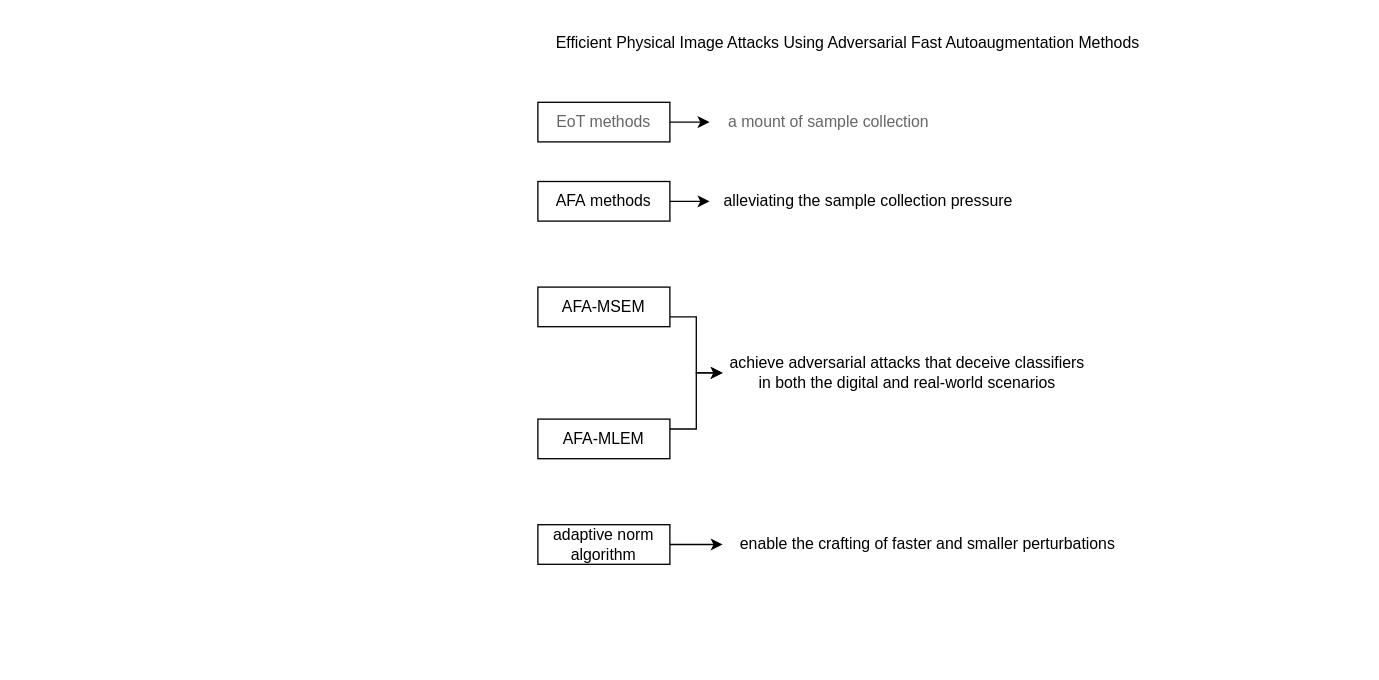
Above: KBS_审.drawio in Zhou-AY/hello-world (draw.io), before the change. Source tidied: cells renumbered, new cells numbered last; positions are measured from the earlier drawing's top-left corner, leaving out a move shared by most shapes. Both pictures are drawn from the tidied source at 132%, with x=0, y=0 at pixel (484, 22).
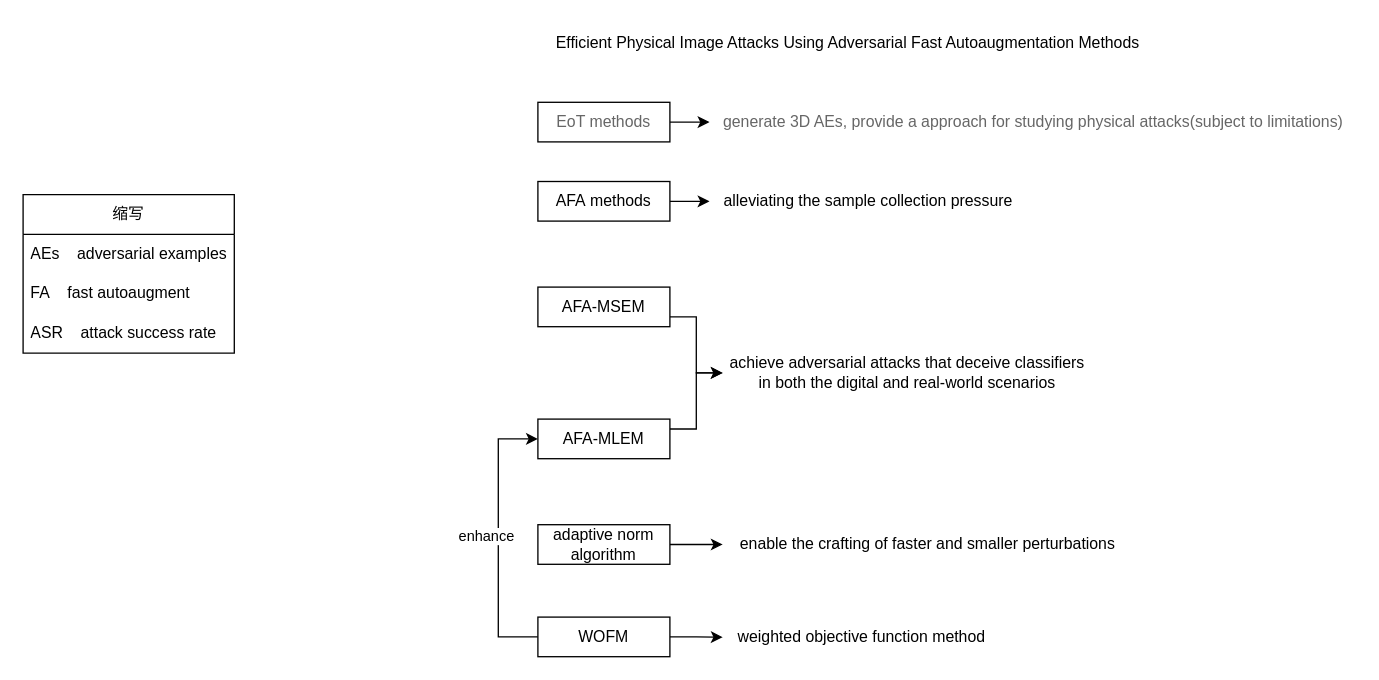
The same page after the edit.

Unchanged cells that the change refers to:
```xml
<mxCell id="12" value="AFA-MLEM" style="rounded=0;whiteSpace=wrap;html=1;" parent="1" vertex="1">
  <mxGeometry x="40" y="300" width="100" height="30" as="geometry" />
</mxCell>
```

Diff of the diagram source:
```diff
@@
-    <mxCell id="5" value="a mount of sample collection" style="text;html=1;align=center;verticalAlign=middle;strokeColor=none;fillColor=none;fontColor=#666666;" parent="1" vertex="1">
-      <mxGeometry x="170" y="60" width="180" height="30" as="geometry" />
+    <mxCell id="5" value="generate 3D AEs, provide a approach for studying physical attacks(subject to limitations)" style="text;html=1;align=center;verticalAlign=middle;strokeColor=none;fillColor=none;fontColor=#666666;" parent="1" vertex="1">
+      <mxGeometry x="170" y="60" width="490" height="30" as="geometry" />
     </mxCell>
@@
+    <mxCell id="17" value="缩写" style="swimlane;fontStyle=0;horizontal=1;startSize=30;whiteSpace=wrap;html=1;" parent="1" vertex="1">
+      <mxGeometry x="-350" y="130" width="160" height="120" as="geometry" />
+    </mxCell>
+    <mxCell id="18" value="AEs&amp;nbsp; &amp;nbsp; adversarial examples" style="text;strokeColor=none;fillColor=none;align=left;verticalAlign=middle;spacingLeft=4;spacingRight=4;overflow=hidden;whiteSpace=wrap;html=1;" parent="17" vertex="1">
+      <mxGeometry y="30" width="160" height="30" as="geometry" />
+    </mxCell>
+    <mxCell id="19" value="FA&amp;nbsp; &amp;nbsp; fast autoaugment" style="text;strokeColor=none;fillColor=none;align=left;verticalAlign=middle;spacingLeft=4;spacingRight=4;overflow=hidden;whiteSpace=wrap;html=1;" parent="17" vertex="1">
+      <mxGeometry y="60" width="160" height="30" as="geometry" />
+    </mxCell>
+    <mxCell id="20" value="ASR&amp;nbsp; &amp;nbsp; attack success rate" style="text;strokeColor=none;fillColor=none;align=left;verticalAlign=middle;spacingLeft=4;spacingRight=4;overflow=hidden;whiteSpace=wrap;html=1;" parent="17" vertex="1">
+      <mxGeometry y="90" width="160" height="30" as="geometry" />
+    </mxCell>
+    <mxCell id="21" style="edgeStyle=orthogonalEdgeStyle;rounded=0;jettySize=auto;html=1;exitX=1;exitY=0.5;exitDx=0;exitDy=0;" parent="1" edge="1" source="24">
+      <mxGeometry relative="1" as="geometry">
+        <mxPoint x="180" y="465.3" as="targetPoint" />
+      </mxGeometry>
+    </mxCell>
+    <mxCell id="22" style="edgeStyle=orthogonalEdgeStyle;rounded=0;jettySize=auto;html=1;exitX=0;exitY=0.5;exitDx=0;exitDy=0;entryX=0;entryY=0.5;entryDx=0;entryDy=0;" parent="1" edge="1" source="24" target="12">
+      <mxGeometry relative="1" as="geometry">
+        <Array as="points">
+          <mxPoint x="10" y="465" />
+          <mxPoint x="10" y="315" />
+        </Array>
+      </mxGeometry>
+    </mxCell>
+    <mxCell id="23" value="enhance" style="edgeLabel;html=1;align=center;verticalAlign=middle;" parent="22" vertex="1">
+      <mxGeometry x="0.02" y="-2" relative="1" as="geometry">
+        <mxPoint x="-12" as="offset" />
+      </mxGeometry>
+    </mxCell>
+    <mxCell id="24" value="WOFM" style="rounded=0;whiteSpace=wrap;html=1;" parent="1" vertex="1">
+      <mxGeometry x="40" y="450" width="100" height="30" as="geometry" />
+    </mxCell>
+    <mxCell id="25" value="&lt;div&gt;weighted ob&lt;span style=&quot;background-color: initial;&quot;&gt;ject&lt;/span&gt;&lt;span style=&quot;background-color: initial;&quot;&gt;ive function method&lt;/span&gt;&lt;/div&gt;" style="text;html=1;align=center;verticalAlign=middle;strokeColor=none;fillColor=none;" parent="1" vertex="1">
+      <mxGeometry x="180" y="450" width="210" height="30" as="geometry" />
+    </mxCell>
```
